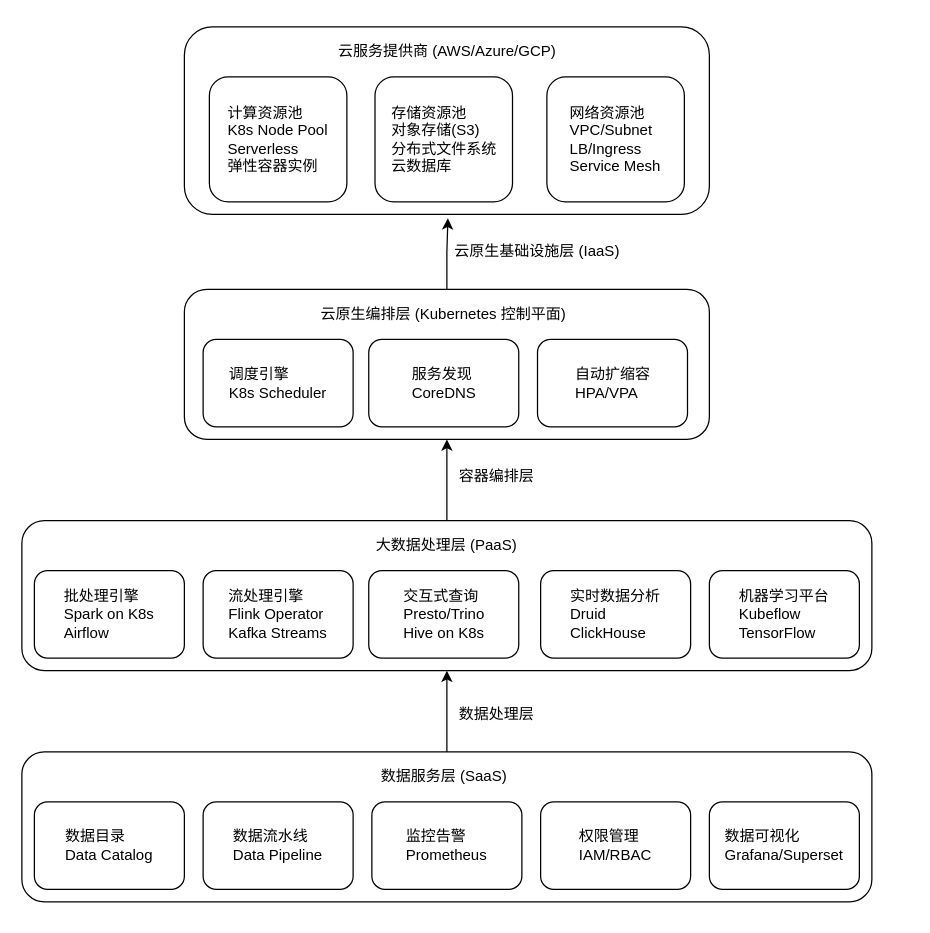
The draw.io diagram achitecture_diagram/云原生大数据架构.drawio in abigalexy/online_drawing, before the edit. Source tidied: cells renumbered, new cells numbered last; positions are measured from the earlier drawing's top-left corner, leaving out a move shared by most shapes. Both pictures are drawn from the tidied source at 125%, with x=0, y=0 at pixel (21, 26).
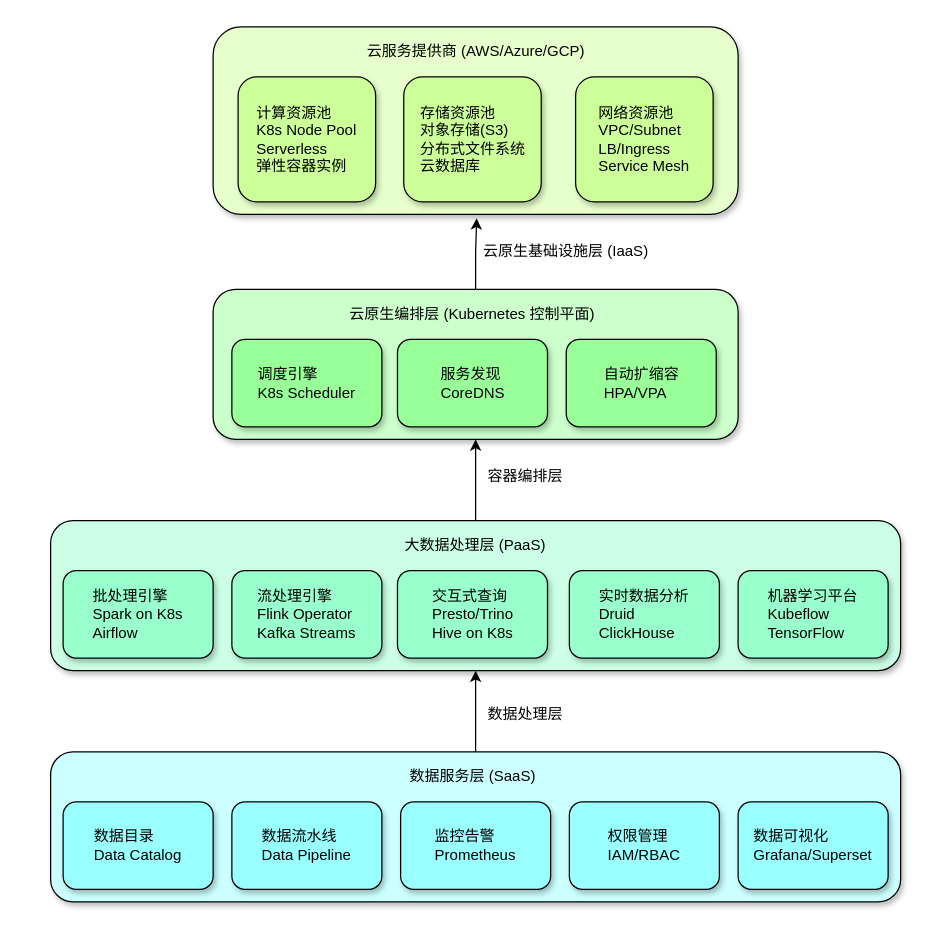
The same page after the edit.

Commit message:
更新云原生大数据架构.drawio

What changed in the source:
```diff
@@
+    <mxCell id="32" style="group;" parent="1" vertex="1">
+      <mxGeometry x="23" width="680" height="700" as="geometry" />
+    </mxCell>
-    <mxCell id="2" style="rounded=1;whiteSpace=wrap;html=1;" parent="1" vertex="1">
+    <mxCell id="2" style="rounded=1;whiteSpace=wrap;html=1;fillColor=#E6FFCC;shadow=1;" parent="32" vertex="1">
       <mxGeometry x="130" width="420" height="150" as="geometry" />
     </mxCell>
-    <mxCell id="3" value="&lt;div style=&quot;text-align: left;&quot;&gt;&lt;span style=&quot;background-color: transparent;&quot;&gt;计算资源池&lt;/span&gt;&lt;/div&gt;&lt;div style=&quot;text-align: left;&quot;&gt;&lt;span style=&quot;background-color: transparent;&quot;&gt;K8s Node Pool&lt;/span&gt;&lt;/div&gt;&lt;div style=&quot;text-align: left;&quot;&gt;&lt;span style=&quot;background-color: transparent;&quot;&gt;Serverless&lt;/span&gt;&lt;/div&gt;&lt;div style=&quot;text-align: left;&quot;&gt;&lt;span style=&quot;background-color: transparent;&quot;&gt;弹性容器实例&lt;/span&gt;&lt;/div&gt;" style="rounded=1;whiteSpace=wrap;html=1;" parent="1" vertex="1">
+    <mxCell id="3" value="&lt;div style=&quot;text-align: left;&quot;&gt;&lt;span style=&quot;background-color: transparent;&quot;&gt;计算资源池&lt;/span&gt;&lt;/div&gt;&lt;div style=&quot;text-align: left;&quot;&gt;&lt;span style=&quot;background-color: transparent;&quot;&gt;K8s Node Pool&lt;/span&gt;&lt;/div&gt;&lt;div style=&quot;text-align: left;&quot;&gt;&lt;span style=&quot;background-color: transparent;&quot;&gt;Serverless&lt;/span&gt;&lt;/div&gt;&lt;div style=&quot;text-align: left;&quot;&gt;&lt;span style=&quot;background-color: transparent;&quot;&gt;弹性容器实例&lt;/span&gt;&lt;/div&gt;" style="rounded=1;whiteSpace=wrap;html=1;fillColor=#CCFF99;shadow=1;" parent="32" vertex="1">
       <mxGeometry x="150" y="40" width="110" height="100" as="geometry" />
     </mxCell>
-    <mxCell id="4" value="&lt;div style=&quot;&quot;&gt;&lt;div style=&quot;text-align: left;&quot;&gt;&lt;span style=&quot;background-color: transparent;&quot;&gt;存储资源池&lt;/span&gt;&lt;/div&gt;&lt;div style=&quot;text-align: left;&quot;&gt;&lt;span style=&quot;background-color: transparent;&quot;&gt;对象存储(S3)&lt;/span&gt;&lt;/div&gt;&lt;div style=&quot;text-align: left;&quot;&gt;&lt;span style=&quot;background-color: transparent;&quot;&gt;分布式文件系统&lt;/span&gt;&lt;/div&gt;&lt;div style=&quot;text-align: left;&quot;&gt;&lt;span style=&quot;background-color: transparent;&quot;&gt;云数据库&lt;/span&gt;&lt;/div&gt;&lt;/div&gt;" style="rounded=1;whiteSpace=wrap;html=1;" parent="1" vertex="1">
+    <mxCell id="4" value="&lt;div style=&quot;&quot;&gt;&lt;div style=&quot;text-align: left;&quot;&gt;&lt;span style=&quot;background-color: transparent;&quot;&gt;存储资源池&lt;/span&gt;&lt;/div&gt;&lt;div style=&quot;text-align: left;&quot;&gt;&lt;span style=&quot;background-color: transparent;&quot;&gt;对象存储(S3)&lt;/span&gt;&lt;/div&gt;&lt;div style=&quot;text-align: left;&quot;&gt;&lt;span style=&quot;background-color: transparent;&quot;&gt;分布式文件系统&lt;/span&gt;&lt;/div&gt;&lt;div style=&quot;text-align: left;&quot;&gt;&lt;span style=&quot;background-color: transparent;&quot;&gt;云数据库&lt;/span&gt;&lt;/div&gt;&lt;/div&gt;" style="rounded=1;whiteSpace=wrap;html=1;fillColor=#CCFF99;shadow=1;" parent="32" vertex="1">
       <mxGeometry x="282.5" y="40" width="110" height="100" as="geometry" />
     </mxCell>
-    <mxCell id="5" value="&lt;div style=&quot;&quot;&gt;&lt;div style=&quot;text-align: left;&quot;&gt;网络资源池&lt;br&gt;VPC/Subnet&lt;br&gt;LB/Ingress&lt;br&gt;Service Mesh&lt;br&gt;&lt;/div&gt;&lt;/div&gt;" style="rounded=1;whiteSpace=wrap;html=1;" parent="1" vertex="1">
+    <mxCell id="5" value="&lt;div style=&quot;&quot;&gt;&lt;div style=&quot;text-align: left;&quot;&gt;网络资源池&lt;br&gt;VPC/Subnet&lt;br&gt;LB/Ingress&lt;br&gt;Service Mesh&lt;br&gt;&lt;/div&gt;&lt;/div&gt;" style="rounded=1;whiteSpace=wrap;html=1;fillColor=#CCFF99;shadow=1;" parent="32" vertex="1">
       <mxGeometry x="420" y="40" width="110" height="100" as="geometry" />
     </mxCell>
-    <mxCell id="6" value="云原生基础设施层 (IaaS)" style="text;strokeColor=none;align=center;fillColor=none;html=1;verticalAlign=middle;whiteSpace=wrap;rounded=0;" parent="1" vertex="1">
+    <mxCell id="6" value="云原生基础设施层 (IaaS)" style="text;strokeColor=none;align=center;fillColor=none;html=1;verticalAlign=middle;whiteSpace=wrap;rounded=0;" parent="32" vertex="1">
       <mxGeometry x="345" y="170" width="135" height="20" as="geometry" />
     </mxCell>
-    <mxCell id="7" style="edgeStyle=orthogonalEdgeStyle;rounded=0;jettySize=auto;html=1;entryX=0.5;entryY=1;entryDx=0;entryDy=0;" parent="1" edge="1" source="20" target="27">
+    <mxCell id="7" style="edgeStyle=orthogonalEdgeStyle;rounded=0;jettySize=auto;html=1;entryX=0.5;entryY=1;entryDx=0;entryDy=0;" parent="32" edge="1" source="20" target="27">
       <mxGeometry relative="1" as="geometry" />
     </mxCell>
-    <mxCell id="8" value="容器编排层" style="text;strokeColor=none;align=center;fillColor=none;html=1;verticalAlign=middle;whiteSpace=wrap;rounded=0;" parent="1" vertex="1">
+    <mxCell id="8" value="容器编排层" style="text;strokeColor=none;align=center;fillColor=none;html=1;verticalAlign=middle;whiteSpace=wrap;rounded=0;" parent="32" vertex="1">
       <mxGeometry x="345" y="350" width="70" height="20" as="geometry" />
     </mxCell>
-    <mxCell id="9" style="edgeStyle=orthogonalEdgeStyle;rounded=0;jettySize=auto;html=1;entryX=0.5;entryY=1;entryDx=0;entryDy=0;" parent="1" edge="1" source="13" target="20">
+    <mxCell id="9" style="edgeStyle=orthogonalEdgeStyle;rounded=0;jettySize=auto;html=1;entryX=0.5;entryY=1;entryDx=0;entryDy=0;" parent="32" edge="1" source="13" target="20">
       <mxGeometry relative="1" as="geometry" />
     </mxCell>
-    <mxCell id="10" value="数据处理层" style="text;strokeColor=none;align=center;fillColor=none;html=1;verticalAlign=middle;whiteSpace=wrap;rounded=0;" parent="1" vertex="1">
+    <mxCell id="10" value="数据处理层" style="text;strokeColor=none;align=center;fillColor=none;html=1;verticalAlign=middle;whiteSpace=wrap;rounded=0;" parent="32" vertex="1">
       <mxGeometry x="345" y="540" width="70" height="20" as="geometry" />
     </mxCell>
-    <mxCell id="11" value="云服务提供商 (AWS/Azure/GCP)" style="text;strokeColor=none;align=center;fillColor=none;html=1;verticalAlign=middle;whiteSpace=wrap;rounded=0;" parent="1" vertex="1">
+    <mxCell id="11" value="云服务提供商 (AWS/Azure/GCP)" style="text;strokeColor=none;align=center;fillColor=none;html=1;verticalAlign=middle;whiteSpace=wrap;rounded=0;" parent="32" vertex="1">
       <mxGeometry x="247.5" y="10" width="185" height="20" as="geometry" />
     </mxCell>
-    <mxCell id="12" style="edgeStyle=orthogonalEdgeStyle;rounded=0;jettySize=auto;html=1;entryX=0.502;entryY=1.021;entryDx=0;entryDy=0;entryPerimeter=0;" parent="1" edge="1" source="27" target="2">
+    <mxCell id="12" style="edgeStyle=orthogonalEdgeStyle;rounded=0;jettySize=auto;html=1;entryX=0.502;entryY=1.021;entryDx=0;entryDy=0;entryPerimeter=0;" parent="32" edge="1" source="27" target="2">
       <mxGeometry relative="1" as="geometry" />
     </mxCell>
-    <mxCell id="13" style="rounded=1;whiteSpace=wrap;html=1;" parent="1" vertex="1">
+    <mxCell id="13" style="rounded=1;whiteSpace=wrap;html=1;fillColor=#CCFFFF;shadow=1;" parent="32" vertex="1">
       <mxGeometry y="580" width="680" height="120" as="geometry" />
     </mxCell>
-    <mxCell id="14" value="&lt;div style=&quot;text-align: left;&quot;&gt;数据目录&lt;br&gt;Data Catalog&lt;br&gt;&lt;/div&gt;" style="rounded=1;whiteSpace=wrap;html=1;" parent="1" vertex="1">
+    <mxCell id="14" value="&lt;div style=&quot;text-align: left;&quot;&gt;数据目录&lt;br&gt;Data Catalog&lt;br&gt;&lt;/div&gt;" style="rounded=1;whiteSpace=wrap;html=1;fillColor=#99FFFF;shadow=1;" parent="32" vertex="1">
       <mxGeometry x="10" y="620" width="120" height="70" as="geometry" />
     </mxCell>
-    <mxCell id="15" value="&lt;div style=&quot;text-align: left;&quot;&gt;数据流水线&lt;br&gt;Data Pipeline&lt;br&gt;&lt;/div&gt;" style="rounded=1;whiteSpace=wrap;html=1;" parent="1" vertex="1">
+    <mxCell id="15" value="&lt;div style=&quot;text-align: left;&quot;&gt;数据流水线&lt;br&gt;Data Pipeline&lt;br&gt;&lt;/div&gt;" style="rounded=1;whiteSpace=wrap;html=1;fillColor=#99FFFF;shadow=1;" parent="32" vertex="1">
       <mxGeometry x="145" y="620" width="120" height="70" as="geometry" />
     </mxCell>
-    <mxCell id="16" value="&lt;div style=&quot;text-align: left;&quot;&gt;监控告警&lt;br&gt;Prometheus&lt;br&gt;&lt;/div&gt;" style="rounded=1;whiteSpace=wrap;html=1;" parent="1" vertex="1">
+    <mxCell id="16" value="&lt;div style=&quot;text-align: left;&quot;&gt;监控告警&lt;br&gt;Prometheus&lt;br&gt;&lt;/div&gt;" style="rounded=1;whiteSpace=wrap;html=1;fillColor=#99FFFF;shadow=1;" parent="32" vertex="1">
       <mxGeometry x="280" y="620" width="120" height="70" as="geometry" />
     </mxCell>
-    <mxCell id="17" value="&lt;div style=&quot;text-align: left;&quot;&gt;权限管理&lt;br&gt;IAM/RBAC&lt;br&gt;&lt;/div&gt;" style="rounded=1;whiteSpace=wrap;html=1;" parent="1" vertex="1">
+    <mxCell id="17" value="&lt;div style=&quot;text-align: left;&quot;&gt;权限管理&lt;br&gt;IAM/RBAC&lt;br&gt;&lt;/div&gt;" style="rounded=1;whiteSpace=wrap;html=1;fillColor=#99FFFF;shadow=1;" parent="32" vertex="1">
       <mxGeometry x="415" y="620" width="120" height="70" as="geometry" />
     </mxCell>
-    <mxCell id="18" value="&lt;div style=&quot;text-align: left;&quot;&gt;数据可视化&lt;br&gt;Grafana/Superset&lt;br&gt;&lt;/div&gt;" style="rounded=1;whiteSpace=wrap;html=1;" parent="1" vertex="1">
+    <mxCell id="18" value="&lt;div style=&quot;text-align: left;&quot;&gt;数据可视化&lt;br&gt;Grafana/Superset&lt;br&gt;&lt;/div&gt;" style="rounded=1;whiteSpace=wrap;html=1;fillColor=#99FFFF;shadow=1;" parent="32" vertex="1">
       <mxGeometry x="550" y="620" width="120" height="70" as="geometry" />
     </mxCell>
-    <mxCell id="19" value="数据服务层 (SaaS)" style="text;strokeColor=none;align=center;fillColor=none;html=1;verticalAlign=middle;whiteSpace=wrap;rounded=0;" parent="1" vertex="1">
+    <mxCell id="19" value="数据服务层 (SaaS)" style="text;strokeColor=none;align=center;fillColor=none;html=1;verticalAlign=middle;whiteSpace=wrap;rounded=0;" parent="32" vertex="1">
       <mxGeometry x="282.5" y="590" width="110" height="20" as="geometry" />
     </mxCell>
-    <mxCell id="20" style="rounded=1;whiteSpace=wrap;html=1;" parent="1" vertex="1">
+    <mxCell id="20" style="rounded=1;whiteSpace=wrap;html=1;fillColor=#CCFFE6;shadow=1;" parent="32" vertex="1">
       <mxGeometry y="395" width="680" height="120" as="geometry" />
     </mxCell>
-    <mxCell id="21" value="&lt;div style=&quot;text-align: left;&quot;&gt;批处理引擎&lt;br&gt;Spark on K8s&lt;br&gt;Airflow&lt;br&gt;&lt;/div&gt;" style="rounded=1;whiteSpace=wrap;html=1;" parent="1" vertex="1">
+    <mxCell id="21" value="&lt;div style=&quot;text-align: left;&quot;&gt;批处理引擎&lt;br&gt;Spark on K8s&lt;br&gt;Airflow&lt;br&gt;&lt;/div&gt;" style="rounded=1;whiteSpace=wrap;html=1;fillColor=#99FFCC;shadow=1;" parent="32" vertex="1">
       <mxGeometry x="10" y="435" width="120" height="70" as="geometry" />
     </mxCell>
-    <mxCell id="22" value="&lt;div style=&quot;text-align: left;&quot;&gt;流处理引擎&lt;br&gt;Flink Operator&lt;br&gt;Kafka Streams&lt;br&gt;&lt;/div&gt;" style="rounded=1;whiteSpace=wrap;html=1;" parent="1" vertex="1">
+    <mxCell id="22" value="&lt;div style=&quot;text-align: left;&quot;&gt;流处理引擎&lt;br&gt;Flink Operator&lt;br&gt;Kafka Streams&lt;br&gt;&lt;/div&gt;" style="rounded=1;whiteSpace=wrap;html=1;fillColor=#99FFCC;shadow=1;" parent="32" vertex="1">
       <mxGeometry x="145" y="435" width="120" height="70" as="geometry" />
     </mxCell>
-    <mxCell id="23" value="&lt;div style=&quot;text-align: left;&quot;&gt;交互式查询&lt;br&gt;Presto/Trino&lt;br&gt;Hive on K8s&lt;br&gt;&lt;/div&gt;" style="rounded=1;whiteSpace=wrap;html=1;" parent="1" vertex="1">
+    <mxCell id="23" value="&lt;div style=&quot;text-align: left;&quot;&gt;交互式查询&lt;br&gt;Presto/Trino&lt;br&gt;Hive on K8s&lt;br&gt;&lt;/div&gt;" style="rounded=1;whiteSpace=wrap;html=1;fillColor=#99FFCC;shadow=1;" parent="32" vertex="1">
       <mxGeometry x="277.5" y="435" width="120" height="70" as="geometry" />
     </mxCell>
-    <mxCell id="24" value="&lt;div style=&quot;text-align: left;&quot;&gt;实时数据分析&lt;br&gt;Druid&lt;br&gt;ClickHouse&lt;br&gt;&lt;/div&gt;" style="rounded=1;whiteSpace=wrap;html=1;" parent="1" vertex="1">
+    <mxCell id="24" value="&lt;div style=&quot;text-align: left;&quot;&gt;实时数据分析&lt;br&gt;Druid&lt;br&gt;ClickHouse&lt;br&gt;&lt;/div&gt;" style="rounded=1;whiteSpace=wrap;html=1;fillColor=#99FFCC;shadow=1;" parent="32" vertex="1">
       <mxGeometry x="415" y="435" width="120" height="70" as="geometry" />
     </mxCell>
-    <mxCell id="25" value="&lt;div style=&quot;text-align: left;&quot;&gt;机器学习平台&lt;br&gt;Kubeflow&lt;br&gt;TensorFlow&lt;br&gt;&lt;/div&gt;" style="rounded=1;whiteSpace=wrap;html=1;" parent="1" vertex="1">
+    <mxCell id="25" value="&lt;div style=&quot;text-align: left;&quot;&gt;机器学习平台&lt;br&gt;Kubeflow&lt;br&gt;TensorFlow&lt;br&gt;&lt;/div&gt;" style="rounded=1;whiteSpace=wrap;html=1;fillColor=#99FFCC;shadow=1;" parent="32" vertex="1">
       <mxGeometry x="550" y="435" width="120" height="70" as="geometry" />
     </mxCell>
-    <mxCell id="26" value="大数据处理层 (PaaS)" style="text;strokeColor=none;align=center;fillColor=none;html=1;verticalAlign=middle;whiteSpace=wrap;rounded=0;" parent="1" vertex="1">
+    <mxCell id="26" value="大数据处理层 (PaaS)" style="text;strokeColor=none;align=center;fillColor=none;html=1;verticalAlign=middle;whiteSpace=wrap;rounded=0;" parent="32" vertex="1">
       <mxGeometry x="278.1" y="405" width="123.8" height="20" as="geometry" />
     </mxCell>
-    <mxCell id="27" style="rounded=1;whiteSpace=wrap;html=1;" parent="1" vertex="1">
+    <mxCell id="27" style="rounded=1;whiteSpace=wrap;html=1;fillColor=#CCFFCC;shadow=1;" parent="32" vertex="1">
       <mxGeometry x="130" y="210" width="420" height="120" as="geometry" />
     </mxCell>
-    <mxCell id="28" value="&lt;div style=&quot;text-align: left;&quot;&gt;调度引擎&lt;br&gt;K8s Scheduler&lt;br&gt;&lt;/div&gt;" style="rounded=1;whiteSpace=wrap;html=1;" parent="1" vertex="1">
+    <mxCell id="28" value="&lt;div style=&quot;text-align: left;&quot;&gt;调度引擎&lt;br&gt;K8s Scheduler&lt;br&gt;&lt;/div&gt;" style="rounded=1;whiteSpace=wrap;html=1;fillColor=#99FF99;shadow=1;" parent="32" vertex="1">
       <mxGeometry x="145" y="250" width="120" height="70" as="geometry" />
     </mxCell>
-    <mxCell id="29" value="&lt;div style=&quot;text-align: left;&quot;&gt;服务发现&lt;br&gt;CoreDNS&lt;br&gt;&lt;/div&gt;" style="rounded=1;whiteSpace=wrap;html=1;" parent="1" vertex="1">
+    <mxCell id="29" value="&lt;div style=&quot;text-align: left;&quot;&gt;服务发现&lt;br&gt;CoreDNS&lt;br&gt;&lt;/div&gt;" style="rounded=1;whiteSpace=wrap;html=1;fillColor=#99FF99;shadow=1;" parent="32" vertex="1">
       <mxGeometry x="277.5" y="250" width="120" height="70" as="geometry" />
     </mxCell>
-    <mxCell id="30" value="&lt;div style=&quot;text-align: left;&quot;&gt;自动扩缩容&lt;br&gt;HPA/VPA&lt;br&gt;&lt;/div&gt;" style="rounded=1;whiteSpace=wrap;html=1;" parent="1" vertex="1">
+    <mxCell id="30" value="&lt;div style=&quot;text-align: left;&quot;&gt;自动扩缩容&lt;br&gt;HPA/VPA&lt;br&gt;&lt;/div&gt;" style="rounded=1;whiteSpace=wrap;html=1;fillColor=#99FF99;shadow=1;" parent="32" vertex="1">
       <mxGeometry x="412.5" y="250" width="120" height="70" as="geometry" />
     </mxCell>
-    <mxCell id="31" value="云原生编排层 (Kubernetes 控制平面)" style="text;strokeColor=none;align=center;fillColor=none;html=1;verticalAlign=middle;whiteSpace=wrap;rounded=0;" parent="1" vertex="1">
+    <mxCell id="31" value="云原生编排层 (Kubernetes 控制平面)" style="text;strokeColor=none;align=center;fillColor=none;html=1;verticalAlign=middle;whiteSpace=wrap;rounded=0;" parent="32" vertex="1">
       <mxGeometry x="236.3" y="220" width="202.5" height="20" as="geometry" />
     </mxCell>
```
